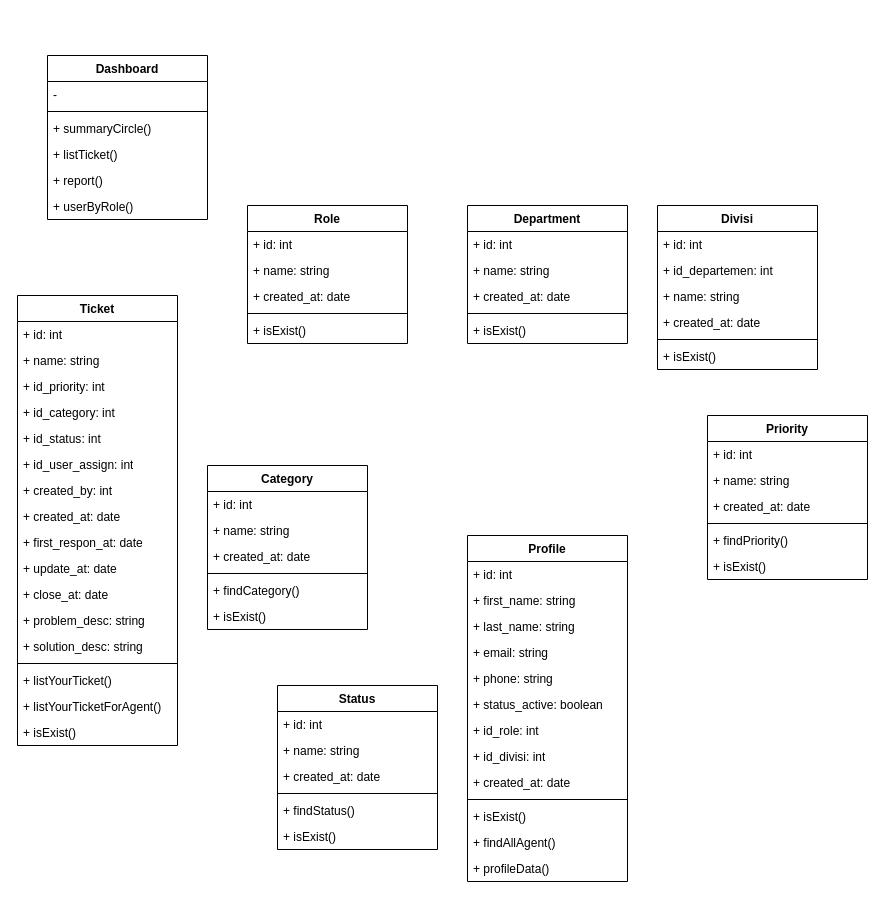
Above: skripsi-uml-classdiagram.drawio in raflialkindhi/graph-save (draw.io), before the change. Source tidied: cells renumbered, new cells numbered last; positions are measured from the earlier drawing's top-left corner, leaving out a move shared by most shapes. Both pictures are drawn from the tidied source at 100%, with x=0, y=0 at pixel (17, 55).
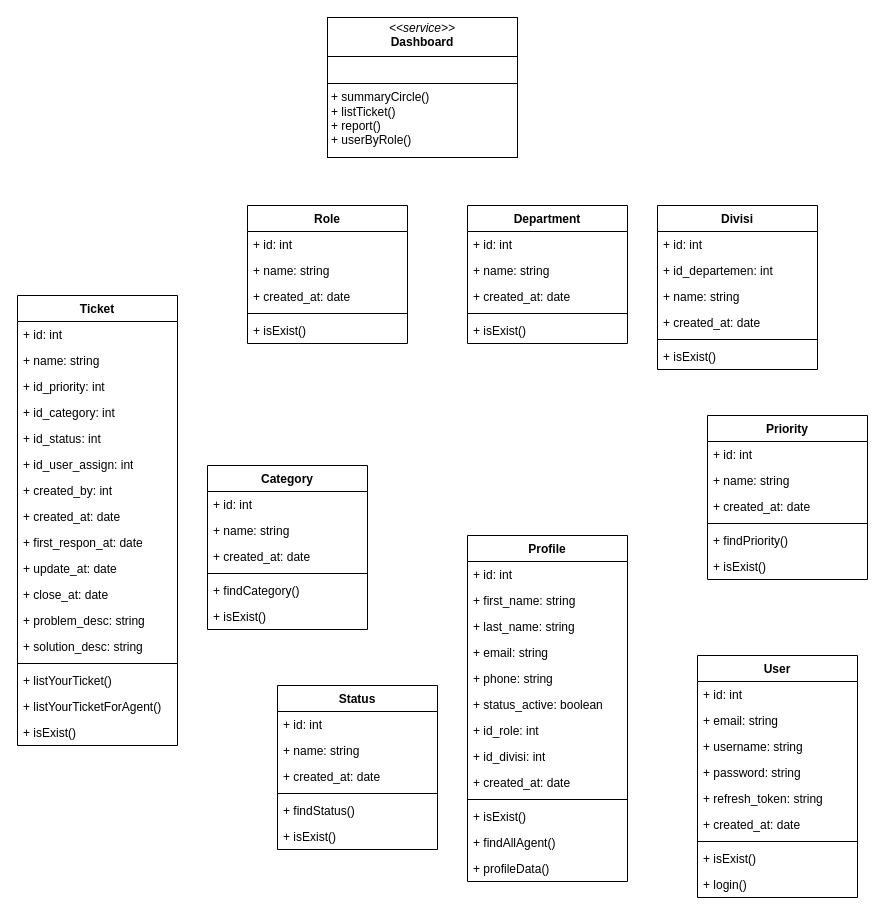
The same page after the edit.

The edit, as a diff of the source:
```diff
@@
-    <mxCell id="28" value="Dashboard" style="swimlane;fontStyle=1;align=center;verticalAlign=top;horizontal=1;startSize=26;whiteSpace=wrap;html=1;" parent="1" vertex="1">
-      <mxGeometry x="30" width="160" height="164" as="geometry" />
-    </mxCell>
-    <mxCell id="29" value="-" style="text;strokeColor=none;fillColor=none;align=left;verticalAlign=top;spacingLeft=4;spacingRight=4;overflow=hidden;whiteSpace=wrap;html=1;" parent="28" vertex="1">
-      <mxGeometry y="26" width="160" height="26" as="geometry" />
-    </mxCell>
-    <mxCell id="30" style="line;strokeWidth=1;fillColor=none;align=left;verticalAlign=middle;spacingTop=-1;spacingLeft=3;spacingRight=3;labelPosition=right;strokeColor=inherit;" parent="28" vertex="1">
-      <mxGeometry y="52" width="160" height="8" as="geometry" />
-    </mxCell>
-    <mxCell id="31" value="+ summaryCircle()" style="text;strokeColor=none;fillColor=none;align=left;verticalAlign=top;spacingLeft=4;spacingRight=4;overflow=hidden;whiteSpace=wrap;html=1;" parent="28" vertex="1">
-      <mxGeometry y="60" width="160" height="26" as="geometry" />
-    </mxCell>
-    <mxCell id="32" value="+ listTicket()" style="text;strokeColor=none;fillColor=none;align=left;verticalAlign=top;spacingLeft=4;spacingRight=4;overflow=hidden;whiteSpace=wrap;html=1;" parent="28" vertex="1">
-      <mxGeometry y="86" width="160" height="26" as="geometry" />
-    </mxCell>
-    <mxCell id="33" value="+ report()" style="text;strokeColor=none;fillColor=none;align=left;verticalAlign=top;spacingLeft=4;spacingRight=4;overflow=hidden;whiteSpace=wrap;html=1;" parent="28" vertex="1">
-      <mxGeometry y="112" width="160" height="26" as="geometry" />
-    </mxCell>
-    <mxCell id="34" value="+ userByRole()" style="text;strokeColor=none;fillColor=none;align=left;verticalAlign=top;spacingLeft=4;spacingRight=4;overflow=hidden;whiteSpace=wrap;html=1;" parent="28" vertex="1">
-      <mxGeometry y="138" width="160" height="26" as="geometry" />
-    </mxCell>
@@
+    <mxCell id="81" value="&lt;p style=&quot;margin:0px;margin-top:4px;text-align:center;&quot;&gt;&lt;i&gt;&amp;lt;&amp;lt;service&amp;gt;&amp;gt;&lt;/i&gt;&lt;br&gt;&lt;b&gt;Dashboard&lt;/b&gt;&lt;/p&gt;&lt;hr size=&quot;1&quot; style=&quot;border-style:solid;&quot;&gt;&lt;p style=&quot;margin:0px;margin-left:4px;&quot;&gt;&lt;br&gt;&lt;/p&gt;&lt;hr size=&quot;1&quot; style=&quot;border-style:solid;&quot;&gt;&lt;p style=&quot;margin:0px;margin-left:4px;&quot;&gt;+ summaryCircle()&lt;/p&gt;&lt;p style=&quot;margin:0px;margin-left:4px;&quot;&gt;+ listTicket()&lt;/p&gt;&lt;p style=&quot;margin:0px;margin-left:4px;&quot;&gt;+ report()&lt;/p&gt;&lt;p style=&quot;margin:0px;margin-left:4px;&quot;&gt;+ userByRole()&lt;/p&gt;" style="verticalAlign=top;align=left;overflow=fill;html=1;whiteSpace=wrap;" parent="1" vertex="1">
+      <mxGeometry x="310" y="-38" width="190" height="140" as="geometry" />
+    </mxCell>
+    <mxCell id="82" value="User" style="swimlane;fontStyle=1;align=center;verticalAlign=top;horizontal=1;startSize=26;whiteSpace=wrap;html=1;" parent="1" vertex="1">
+      <mxGeometry x="680" y="600" width="160" height="242" as="geometry" />
+    </mxCell>
+    <mxCell id="83" value="+ id: int" style="text;strokeColor=none;fillColor=none;align=left;verticalAlign=top;spacingLeft=4;spacingRight=4;overflow=hidden;whiteSpace=wrap;html=1;" parent="82" vertex="1">
+      <mxGeometry y="26" width="160" height="26" as="geometry" />
+    </mxCell>
+    <mxCell id="84" value="+ email: string" style="text;strokeColor=none;fillColor=none;align=left;verticalAlign=top;spacingLeft=4;spacingRight=4;overflow=hidden;whiteSpace=wrap;html=1;" parent="82" vertex="1">
+      <mxGeometry y="52" width="160" height="26" as="geometry" />
+    </mxCell>
+    <mxCell id="85" value="+ username: string" style="text;strokeColor=none;fillColor=none;align=left;verticalAlign=top;spacingLeft=4;spacingRight=4;overflow=hidden;whiteSpace=wrap;html=1;" parent="82" vertex="1">
+      <mxGeometry y="78" width="160" height="26" as="geometry" />
+    </mxCell>
+    <mxCell id="86" value="+ password: string" style="text;strokeColor=none;fillColor=none;align=left;verticalAlign=top;spacingLeft=4;spacingRight=4;overflow=hidden;whiteSpace=wrap;html=1;" parent="82" vertex="1">
+      <mxGeometry y="104" width="160" height="26" as="geometry" />
+    </mxCell>
+    <mxCell id="87" value="+ refresh_token: string" style="text;strokeColor=none;fillColor=none;align=left;verticalAlign=top;spacingLeft=4;spacingRight=4;overflow=hidden;whiteSpace=wrap;html=1;" parent="82" vertex="1">
+      <mxGeometry y="130" width="160" height="26" as="geometry" />
+    </mxCell>
+    <mxCell id="88" value="+ created_at: date" style="text;strokeColor=none;fillColor=none;align=left;verticalAlign=top;spacingLeft=4;spacingRight=4;overflow=hidden;whiteSpace=wrap;html=1;" parent="82" vertex="1">
+      <mxGeometry y="156" width="160" height="26" as="geometry" />
+    </mxCell>
+    <mxCell id="89" style="line;strokeWidth=1;fillColor=none;align=left;verticalAlign=middle;spacingTop=-1;spacingLeft=3;spacingRight=3;labelPosition=right;strokeColor=inherit;" parent="82" vertex="1">
+      <mxGeometry y="182" width="160" height="8" as="geometry" />
+    </mxCell>
+    <mxCell id="90" value="+ isExist()" style="text;strokeColor=none;fillColor=none;align=left;verticalAlign=top;spacingLeft=4;spacingRight=4;overflow=hidden;whiteSpace=wrap;html=1;" parent="82" vertex="1">
+      <mxGeometry y="190" width="160" height="26" as="geometry" />
+    </mxCell>
+    <mxCell id="91" value="+ login()" style="text;strokeColor=none;fillColor=none;align=left;verticalAlign=top;spacingLeft=4;spacingRight=4;overflow=hidden;whiteSpace=wrap;html=1;" parent="82" vertex="1">
+      <mxGeometry y="216" width="160" height="26" as="geometry" />
+    </mxCell>
```
